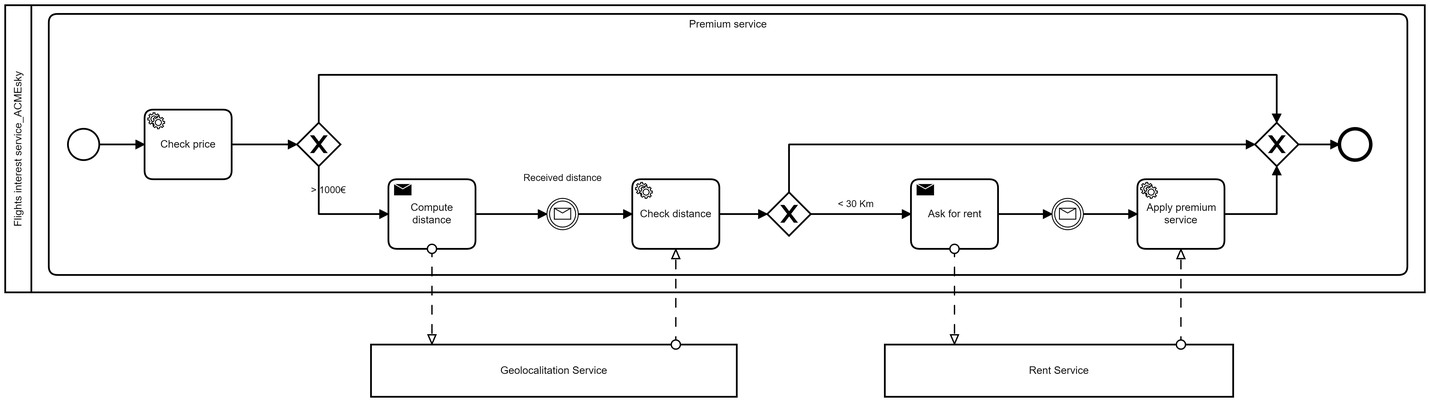
Earlier version of the BPMN export docs/bpmn/ServiziPremiumVoli.png (Vallasc/ACMEsky). Its source is kept beside it as docs/bpmn/ServiziPremiumVoli.bpmn. Ids are renumbered.
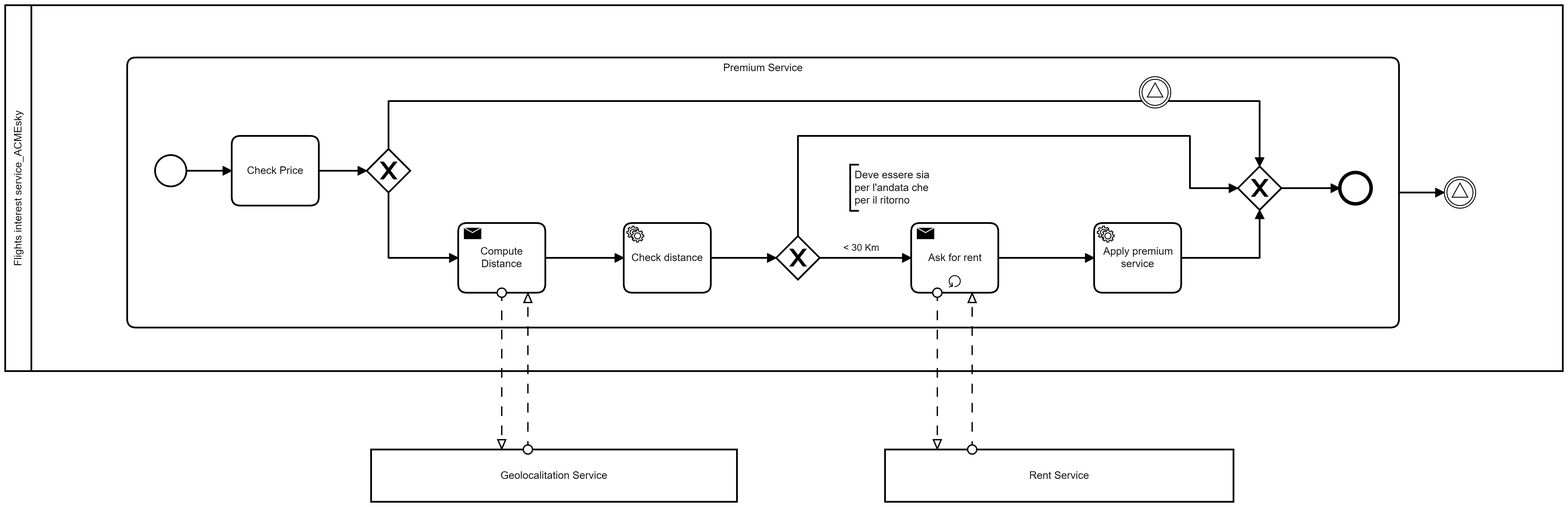
After the change.

Change to the diagram source:
```diff
@@ -3,211 +3,207 @@
     <bpmn:participant id="Participant_n3" name="Flights interest service_ACMEsky" processRef="Process_n4" />
     <bpmn:participant id="Participant_n5" name="Geolocalitation Service" />
     <bpmn:participant id="Participant_n6" name="Rent Service" />
-    <bpmn:messageFlow id="Flow_n7" sourceRef="Activity_n8" targetRef="Participant_n5" />
-    <bpmn:messageFlow id="Flow_n9" sourceRef="Participant_n5" targetRef="Activity_n10" />
-    <bpmn:messageFlow id="Flow_n11" sourceRef="Activity_n12" targetRef="Participant_n6" />
-    <bpmn:messageFlow id="Flow_n13" sourceRef="Participant_n6" targetRef="Activity_n14" />
+    <bpmn:messageFlow id="Flow_n39" sourceRef="Activity_n40" targetRef="Participant_n5" />
+    <bpmn:messageFlow id="Flow_n41" sourceRef="Participant_n5" targetRef="Activity_n40" />
+    <bpmn:messageFlow id="Flow_n42" sourceRef="Activity_n43" targetRef="Participant_n6" />
+    <bpmn:messageFlow id="Flow_n44" sourceRef="Participant_n6" targetRef="Activity_n43" />
   </bpmn:collaboration>
   <bpmn:process id="Process_n4" isExecutable="true">
-    <bpmn:subProcess id="Activity_n15" name="Premium service">
-      <bpmn:startEvent id="Event_n16">
-        <bpmn:outgoing>Flow_n17</bpmn:outgoing>
+    <bpmn:intermediateCatchEvent id="Event_n45">
+      <bpmn:incoming>Flow_n46</bpmn:incoming>
+      <bpmn:signalEventDefinition id="SignalEventDefinition_n47" />
+    </bpmn:intermediateCatchEvent>
+    <bpmn:subProcess id="Activity_n48" name="Premium Service">
+      <bpmn:outgoing>Flow_n46</bpmn:outgoing>
+      <bpmn:startEvent id="Event_n49">
+        <bpmn:outgoing>Flow_n50</bpmn:outgoing>
       </bpmn:startEvent>
-      <bpmn:sendTask id="Activity_n8" name="Compute distance">
-        <bpmn:incoming>Flow_n18</bpmn:incoming>
-        <bpmn:outgoing>Flow_n19</bpmn:outgoing>
+      <bpmn:task id="Activity_n51" name="Check Price">
+        <bpmn:incoming>Flow_n50</bpmn:incoming>
+        <bpmn:outgoing>Flow_n52</bpmn:outgoing>
+      </bpmn:task>
+      <bpmn:sequenceFlow id="Flow_n50" sourceRef="Event_n49" targetRef="Activity_n51" />
+      <bpmn:exclusiveGateway id="Gateway_n53">
+        <bpmn:incoming>Flow_n52</bpmn:incoming>
+        <bpmn:outgoing>Flow_n54</bpmn:outgoing>
+        <bpmn:outgoing>Flow_n55</bpmn:outgoing>
+      </bpmn:exclusiveGateway>
+      <bpmn:sequenceFlow id="Flow_n54" sourceRef="Gateway_n53" targetRef="Activity_n40" />
+      <bpmn:sendTask id="Activity_n40" name="Compute Distance">
+        <bpmn:incoming>Flow_n54</bpmn:incoming>
+        <bpmn:outgoing>Flow_n56</bpmn:outgoing>
       </bpmn:sendTask>
-      <bpmn:exclusiveGateway id="Gateway_n20">
-        <bpmn:incoming>Flow_n21</bpmn:incoming>
-        <bpmn:outgoing>Flow_n22</bpmn:outgoing>
-        <bpmn:outgoing>Flow_n18</bpmn:outgoing>
+      <bpmn:exclusiveGateway id="Gateway_n57">
+        <bpmn:incoming>Flow_n58</bpmn:incoming>
+        <bpmn:outgoing>Flow_n59</bpmn:outgoing>
+        <bpmn:outgoing>Flow_n60</bpmn:outgoing>
       </bpmn:exclusiveGateway>
-      <bpmn:serviceTask id="Activity_n23" name="Check price">
-        <bpmn:incoming>Flow_n17</bpmn:incoming>
-        <bpmn:outgoing>Flow_n21</bpmn:outgoing>
+      <bpmn:sendTask id="Activity_n43" name="Ask for rent">
+        <bpmn:incoming>Flow_n59</bpmn:incoming>
+        <bpmn:outgoing>Flow_n61</bpmn:outgoing>
+        <bpmn:standardLoopCharacteristics />
+      </bpmn:sendTask>
+      <bpmn:serviceTask id="Activity_n62" name="Apply premium service">
+        <bpmn:incoming>Flow_n61</bpmn:incoming>
+        <bpmn:outgoing>Flow_n63</bpmn:outgoing>
       </bpmn:serviceTask>
-      <bpmn:intermediateCatchEvent id="Event_n24" name="Received distance">
-        <bpmn:incoming>Flow_n19</bpmn:incoming>
-        <bpmn:outgoing>Flow_n25</bpmn:outgoing>
-        <bpmn:messageEventDefinition id="MessageEventDefinition_n26" />
+      <bpmn:exclusiveGateway id="Gateway_n64">
+        <bpmn:incoming>Flow_n60</bpmn:incoming>
+        <bpmn:incoming>Flow_n63</bpmn:incoming>
+        <bpmn:incoming>Flow_n55</bpmn:incoming>
+        <bpmn:outgoing>Flow_n65</bpmn:outgoing>
+      </bpmn:exclusiveGateway>
+      <bpmn:serviceTask id="Activity_n66" name="Check distance">
+        <bpmn:incoming>Flow_n56</bpmn:incoming>
+        <bpmn:outgoing>Flow_n58</bpmn:outgoing>
+      </bpmn:serviceTask>
+      <bpmn:sequenceFlow id="Flow_n58" sourceRef="Activity_n66" targetRef="Gateway_n57" />
+      <bpmn:sequenceFlow id="Flow_n59" name="&#60; 30 Km" sourceRef="Gateway_n57" targetRef="Activity_n43" />
+      <bpmn:sequenceFlow id="Flow_n60" sourceRef="Gateway_n57" targetRef="Gateway_n64" />
+      <bpmn:sequenceFlow id="Flow_n61" sourceRef="Activity_n43" targetRef="Activity_n62" />
+      <bpmn:sequenceFlow id="Flow_n63" sourceRef="Activity_n62" targetRef="Gateway_n64" />
+      <bpmn:sequenceFlow id="Flow_n56" sourceRef="Activity_n40" targetRef="Activity_n66" />
+      <bpmn:sequenceFlow id="Flow_n52" sourceRef="Activity_n51" targetRef="Gateway_n53" />
+      <bpmn:endEvent id="Event_n67">
+        <bpmn:incoming>Flow_n65</bpmn:incoming>
+      </bpmn:endEvent>
+      <bpmn:sequenceFlow id="Flow_n65" sourceRef="Gateway_n64" targetRef="Event_n67" />
+      <bpmn:sequenceFlow id="Flow_n55" sourceRef="Gateway_n53" targetRef="Gateway_n64" />
+      <bpmn:intermediateCatchEvent id="Event_n68">
+        <bpmn:signalEventDefinition id="SignalEventDefinition_n69" />
       </bpmn:intermediateCatchEvent>
-      <bpmn:exclusiveGateway id="Gateway_n27">
-        <bpmn:incoming>Flow_n28</bpmn:incoming>
-        <bpmn:outgoing>Flow_n29</bpmn:outgoing>
-        <bpmn:outgoing>Flow_n30</bpmn:outgoing>
-      </bpmn:exclusiveGateway>
-      <bpmn:sendTask id="Activity_n12" name="Ask for rent">
-        <bpmn:incoming>Flow_n29</bpmn:incoming>
-        <bpmn:outgoing>Flow_n31</bpmn:outgoing>
-      </bpmn:sendTask>
-      <bpmn:intermediateCatchEvent id="Event_n32">
-        <bpmn:incoming>Flow_n31</bpmn:incoming>
-        <bpmn:outgoing>Flow_n33</bpmn:outgoing>
-        <bpmn:messageEventDefinition id="MessageEventDefinition_n34" />
-      </bpmn:intermediateCatchEvent>
-      <bpmn:serviceTask id="Activity_n14" name="Apply premium service">
-        <bpmn:incoming>Flow_n33</bpmn:incoming>
-        <bpmn:outgoing>Flow_n35</bpmn:outgoing>
-      </bpmn:serviceTask>
-      <bpmn:exclusiveGateway id="Gateway_n36">
-        <bpmn:incoming>Flow_n35</bpmn:incoming>
-        <bpmn:incoming>Flow_n30</bpmn:incoming>
-        <bpmn:incoming>Flow_n22</bpmn:incoming>
-        <bpmn:outgoing>Flow_n37</bpmn:outgoing>
-      </bpmn:exclusiveGateway>
-      <bpmn:endEvent id="Event_n38">
-        <bpmn:incoming>Flow_n37</bpmn:incoming>
-      </bpmn:endEvent>
-      <bpmn:serviceTask id="Activity_n10" name="Check distance">
-        <bpmn:incoming>Flow_n25</bpmn:incoming>
-        <bpmn:outgoing>Flow_n28</bpmn:outgoing>
-      </bpmn:serviceTask>
-      <bpmn:sequenceFlow id="Flow_n37" sourceRef="Gateway_n36" targetRef="Event_n38" />
-      <bpmn:sequenceFlow id="Flow_n17" sourceRef="Event_n16" targetRef="Activity_n23" />
-      <bpmn:sequenceFlow id="Flow_n35" sourceRef="Activity_n14" targetRef="Gateway_n36" />
-      <bpmn:sequenceFlow id="Flow_n33" sourceRef="Event_n32" targetRef="Activity_n14" />
-      <bpmn:sequenceFlow id="Flow_n31" sourceRef="Activity_n12" targetRef="Event_n32" />
-      <bpmn:sequenceFlow id="Flow_n29" name="&#60; 30 Km" sourceRef="Gateway_n27" targetRef="Activity_n12" />
-      <bpmn:sequenceFlow id="Flow_n30" sourceRef="Gateway_n27" targetRef="Gateway_n36" />
-      <bpmn:sequenceFlow id="Flow_n28" sourceRef="Activity_n10" targetRef="Gateway_n27" />
-      <bpmn:sequenceFlow id="Flow_n25" sourceRef="Event_n24" targetRef="Activity_n10" />
-      <bpmn:sequenceFlow id="Flow_n22" sourceRef="Gateway_n20" targetRef="Gateway_n36" />
-      <bpmn:sequenceFlow id="Flow_n21" sourceRef="Activity_n23" targetRef="Gateway_n20" />
-      <bpmn:sequenceFlow id="Flow_n19" sourceRef="Activity_n8" targetRef="Event_n24" />
-      <bpmn:sequenceFlow id="Flow_n18" name="&#62; 1000€" sourceRef="Gateway_n20" targetRef="Activity_n8" />
+      <bpmn:textAnnotation id="TextAnnotation_n70">
+        <bpmn:text>Deve essere sia per l'andata che per il ritorno</bpmn:text>
+      </bpmn:textAnnotation>
     </bpmn:subProcess>
+    <bpmn:sequenceFlow id="Flow_n46" sourceRef="Activity_n48" targetRef="Event_n45" />
   </bpmn:process>
   <bpmndi:BPMNDiagram id="BPMNDiagram_1">
     <bpmndi:BPMNPlane id="BPMNPlane_1" bpmnElement="Collaboration_n2">
       <bpmndi:BPMNShape id="Participant_n3_di" bpmnElement="Participant_n3" isHorizontal="true">
-        <dc:Bounds x="160" y="80" width="1630" height="330" />
+        <dc:Bounds x="160" y="80" width="1788" height="420" />
       </bpmndi:BPMNShape>
-      <bpmndi:BPMNShape id="Activity_n15_di" bpmnElement="Activity_n15" isExpanded="true">
-        <dc:Bounds x="210" y="90" width="1560" height="300" />
+      <bpmndi:BPMNEdge id="Flow_n46_di" bpmnElement="Flow_n46">
+        <di:waypoint x="1760" y="295" />
+        <di:waypoint x="1812" y="295" />
+      </bpmndi:BPMNEdge>
+      <bpmndi:BPMNShape id="Event_18mcqao_di" bpmnElement="Event_n45">
+        <dc:Bounds x="1812" y="277" width="36" height="36" />
       </bpmndi:BPMNShape>
-      <bpmndi:BPMNEdge id="Flow_n37_di" bpmnElement="Flow_n37">
-        <di:waypoint x="1645" y="240" />
-        <di:waypoint x="1692" y="240" />
+      <bpmndi:BPMNShape id="Activity_n48_di" bpmnElement="Activity_n48" isExpanded="true">
+        <dc:Bounds x="300" y="140" width="1460" height="310" />
+      </bpmndi:BPMNShape>
+      <bpmndi:BPMNShape id="TextAnnotation_n70_di" bpmnElement="TextAnnotation_n70">
+        <dc:Bounds x="1130" y="263" width="100" height="53" />
+      </bpmndi:BPMNShape>
+      <bpmndi:BPMNEdge id="Flow_n50_di" bpmnElement="Flow_n50">
+        <di:waypoint x="368" y="270" />
+        <di:waypoint x="420" y="270" />
       </bpmndi:BPMNEdge>
-      <bpmndi:BPMNEdge id="Flow_n17_di" bpmnElement="Flow_n17">
-        <di:waypoint x="268" y="240" />
-        <di:waypoint x="320" y="240" />
+      <bpmndi:BPMNEdge id="Flow_n54_di" bpmnElement="Flow_n54">
+        <di:waypoint x="600" y="295" />
+        <di:waypoint x="600" y="370" />
+        <di:waypoint x="680" y="370" />
       </bpmndi:BPMNEdge>
-      <bpmndi:BPMNEdge id="Flow_n35_di" bpmnElement="Flow_n35">
-        <di:waypoint x="1560" y="320" />
-        <di:waypoint x="1620" y="320" />
-        <di:waypoint x="1620" y="265" />
+      <bpmndi:BPMNEdge id="Flow_n58_di" bpmnElement="Flow_n58">
+        <di:waypoint x="970" y="370" />
+        <di:waypoint x="1045" y="370" />
       </bpmndi:BPMNEdge>
-      <bpmndi:BPMNEdge id="Flow_n33_di" bpmnElement="Flow_n33">
-        <di:waypoint x="1398" y="320" />
-        <di:waypoint x="1460" y="320" />
-      </bpmndi:BPMNEdge>
-      <bpmndi:BPMNEdge id="Flow_n31_di" bpmnElement="Flow_n31">
-        <di:waypoint x="1300" y="320" />
-        <di:waypoint x="1362" y="320" />
-      </bpmndi:BPMNEdge>
-      <bpmndi:BPMNEdge id="Flow_n29_di" bpmnElement="Flow_n29">
-        <di:waypoint x="1085" y="320" />
-        <di:waypoint x="1200" y="320" />
+      <bpmndi:BPMNEdge id="Flow_n59_di" bpmnElement="Flow_n59">
+        <di:waypoint x="1095" y="370" />
+        <di:waypoint x="1200" y="370" />
         <bpmndi:BPMNLabel>
-          <dc:Bounds x="1116" y="302" width="42" height="14" />
+          <dc:Bounds x="1122" y="352" width="42" height="14" />
         </bpmndi:BPMNLabel>
       </bpmndi:BPMNEdge>
-      <bpmndi:BPMNEdge id="Flow_n30_di" bpmnElement="Flow_n30">
-        <di:waypoint x="1060" y="295" />
-        <di:waypoint x="1060" y="240" />
-        <di:waypoint x="1595" y="240" />
+      <bpmndi:BPMNEdge id="Flow_n60_di" bpmnElement="Flow_n60">
+        <di:waypoint x="1070" y="345" />
+        <di:waypoint x="1070" y="230" />
+        <di:waypoint x="1520" y="230" />
+        <di:waypoint x="1520" y="290" />
+        <di:waypoint x="1575" y="290" />
       </bpmndi:BPMNEdge>
-      <bpmndi:BPMNEdge id="Flow_n28_di" bpmnElement="Flow_n28">
-        <di:waypoint x="980" y="320" />
-        <di:waypoint x="1035" y="320" />
+      <bpmndi:BPMNEdge id="Flow_n61_di" bpmnElement="Flow_n61">
+        <di:waypoint x="1300" y="370" />
+        <di:waypoint x="1410" y="370" />
       </bpmndi:BPMNEdge>
-      <bpmndi:BPMNEdge id="Flow_n25_di" bpmnElement="Flow_n25">
-        <di:waypoint x="818" y="320" />
-        <di:waypoint x="880" y="320" />
+      <bpmndi:BPMNEdge id="Flow_n63_di" bpmnElement="Flow_n63">
+        <di:waypoint x="1510" y="370" />
+        <di:waypoint x="1600" y="370" />
+        <di:waypoint x="1600" y="315" />
       </bpmndi:BPMNEdge>
-      <bpmndi:BPMNEdge id="Flow_n22_di" bpmnElement="Flow_n22">
-        <di:waypoint x="520" y="215" />
-        <di:waypoint x="520" y="160" />
-        <di:waypoint x="1620" y="160" />
-        <di:waypoint x="1620" y="215" />
+      <bpmndi:BPMNEdge id="Flow_n65_di" bpmnElement="Flow_n65">
+        <di:waypoint x="1625" y="290" />
+        <di:waypoint x="1692" y="290" />
       </bpmndi:BPMNEdge>
-      <bpmndi:BPMNEdge id="Flow_n21_di" bpmnElement="Flow_n21">
-        <di:waypoint x="420" y="240" />
-        <di:waypoint x="495" y="240" />
+      <bpmndi:BPMNEdge id="Flow_n56_di" bpmnElement="Flow_n56">
+        <di:waypoint x="780" y="370" />
+        <di:waypoint x="870" y="370" />
       </bpmndi:BPMNEdge>
-      <bpmndi:BPMNEdge id="Flow_n19_di" bpmnElement="Flow_n19">
-        <di:waypoint x="700" y="320" />
-        <di:waypoint x="782" y="320" />
+      <bpmndi:BPMNEdge id="Flow_n52_di" bpmnElement="Flow_n52">
+        <di:waypoint x="520" y="270" />
+        <di:waypoint x="575" y="270" />
       </bpmndi:BPMNEdge>
-      <bpmndi:BPMNEdge id="Flow_n18_di" bpmnElement="Flow_n18">
-        <di:waypoint x="520" y="265" />
-        <di:waypoint x="520" y="320" />
-        <di:waypoint x="600" y="320" />
-        <bpmndi:BPMNLabel>
-          <dc:Bounds x="511" y="286" width="41" height="14" />
-        </bpmndi:BPMNLabel>
+      <bpmndi:BPMNEdge id="Flow_n55_di" bpmnElement="Flow_n55">
+        <di:waypoint x="600" y="245" />
+        <di:waypoint x="600" y="190" />
+        <di:waypoint x="1600" y="190" />
+        <di:waypoint x="1600" y="265" />
       </bpmndi:BPMNEdge>
-      <bpmndi:BPMNShape id="Event_n16_di" bpmnElement="Event_n16">
-        <dc:Bounds x="232" y="222" width="36" height="36" />
+      <bpmndi:BPMNShape id="Activity_1ven1dg_di" bpmnElement="Activity_n40">
+        <dc:Bounds x="680" y="330" width="100" height="80" />
       </bpmndi:BPMNShape>
-      <bpmndi:BPMNShape id="Activity_n8_di" bpmnElement="Activity_n8">
-        <dc:Bounds x="600" y="280" width="100" height="80" />
+      <bpmndi:BPMNShape id="Gateway_n57_di" bpmnElement="Gateway_n57" isMarkerVisible="true">
+        <dc:Bounds x="1045" y="345" width="50" height="50" />
       </bpmndi:BPMNShape>
-      <bpmndi:BPMNShape id="Gateway_n20_di" bpmnElement="Gateway_n20" isMarkerVisible="true">
-        <dc:Bounds x="495" y="215" width="50" height="50" />
+      <bpmndi:BPMNShape id="Activity_n43_di" bpmnElement="Activity_n43">
+        <dc:Bounds x="1200" y="330" width="100" height="80" />
       </bpmndi:BPMNShape>
-      <bpmndi:BPMNShape id="Activity_n23_di" bpmnElement="Activity_n23">
-        <dc:Bounds x="320" y="200" width="100" height="80" />
+      <bpmndi:BPMNShape id="Activity_n62_di" bpmnElement="Activity_n62">
+        <dc:Bounds x="1410" y="330" width="100" height="80" />
       </bpmndi:BPMNShape>
-      <bpmndi:BPMNShape id="Event_n24_di" bpmnElement="Event_n24">
-        <dc:Bounds x="782" y="302" width="36" height="36" />
-        <bpmndi:BPMNLabel>
-          <dc:Bounds x="755" y="272" width="90" height="14" />
-        </bpmndi:BPMNLabel>
+      <bpmndi:BPMNShape id="Gateway_n64_di" bpmnElement="Gateway_n64" isMarkerVisible="true">
+        <dc:Bounds x="1575" y="265" width="50" height="50" />
       </bpmndi:BPMNShape>
-      <bpmndi:BPMNShape id="Gateway_n27_di" bpmnElement="Gateway_n27" isMarkerVisible="true">
-        <dc:Bounds x="1035" y="295" width="50" height="50" />
+      <bpmndi:BPMNShape id="Event_n67_di" bpmnElement="Event_n67">
+        <dc:Bounds x="1692" y="272" width="36" height="36" />
       </bpmndi:BPMNShape>
-      <bpmndi:BPMNShape id="Activity_n12_di" bpmnElement="Activity_n12">
-        <dc:Bounds x="1200" y="280" width="100" height="80" />
+      <bpmndi:BPMNShape id="Activity_n66_di" bpmnElement="Activity_n66">
+        <dc:Bounds x="870" y="330" width="100" height="80" />
       </bpmndi:BPMNShape>
-      <bpmndi:BPMNShape id="Event_n32_di" bpmnElement="Event_n32">
-        <dc:Bounds x="1362" y="302" width="36" height="36" />
+      <bpmndi:BPMNShape id="Activity_n51_di" bpmnElement="Activity_n51">
+        <dc:Bounds x="420" y="230" width="100" height="80" />
       </bpmndi:BPMNShape>
-      <bpmndi:BPMNShape id="Activity_n14_di" bpmnElement="Activity_n14">
-        <dc:Bounds x="1460" y="280" width="100" height="80" />
+      <bpmndi:BPMNShape id="Event_n49_di" bpmnElement="Event_n49">
+        <dc:Bounds x="332" y="252" width="36" height="36" />
       </bpmndi:BPMNShape>
-      <bpmndi:BPMNShape id="Gateway_n36_di" bpmnElement="Gateway_n36" isMarkerVisible="true">
-        <dc:Bounds x="1595" y="215" width="50" height="50" />
+      <bpmndi:BPMNShape id="Gateway_n53_di" bpmnElement="Gateway_n53" isMarkerVisible="true">
+        <dc:Bounds x="575" y="245" width="50" height="50" />
       </bpmndi:BPMNShape>
-      <bpmndi:BPMNShape id="Event_n38_di" bpmnElement="Event_n38">
-        <dc:Bounds x="1692" y="222" width="36" height="36" />
-      </bpmndi:BPMNShape>
-      <bpmndi:BPMNShape id="Activity_n10_di" bpmnElement="Activity_n10">
-        <dc:Bounds x="880" y="280" width="100" height="80" />
+      <bpmndi:BPMNShape id="Event_0phifxd_di" bpmnElement="Event_n68">
+        <dc:Bounds x="1462" y="162" width="36" height="36" />
       </bpmndi:BPMNShape>
       <bpmndi:BPMNShape id="Participant_1c4guxl_di" bpmnElement="Participant_n5" isHorizontal="true">
-        <dc:Bounds x="580" y="470" width="420" height="60" />
+        <dc:Bounds x="580" y="590" width="420" height="60" />
       </bpmndi:BPMNShape>
       <bpmndi:BPMNShape id="Participant_1i8qr2v_di" bpmnElement="Participant_n6" isHorizontal="true">
-        <dc:Bounds x="1170" y="470" width="400" height="60" />
+        <dc:Bounds x="1170" y="590" width="400" height="60" />
       </bpmndi:BPMNShape>
-      <bpmndi:BPMNEdge id="Flow_n7_di" bpmnElement="Flow_n7">
-        <di:waypoint x="650" y="360" />
-        <di:waypoint x="650" y="470" />
+      <bpmndi:BPMNEdge id="Flow_n41_di" bpmnElement="Flow_n41">
+        <di:waypoint x="760" y="590" />
+        <di:waypoint x="760" y="410" />
       </bpmndi:BPMNEdge>
-      <bpmndi:BPMNEdge id="Flow_n9_di" bpmnElement="Flow_n9">
-        <di:waypoint x="930" y="470" />
-        <di:waypoint x="930" y="360" />
+      <bpmndi:BPMNEdge id="Flow_n39_di" bpmnElement="Flow_n39">
+        <di:waypoint x="730" y="410" />
+        <di:waypoint x="730" y="590" />
       </bpmndi:BPMNEdge>
-      <bpmndi:BPMNEdge id="Flow_n11_di" bpmnElement="Flow_n11">
-        <di:waypoint x="1250" y="360" />
-        <di:waypoint x="1250" y="470" />
+      <bpmndi:BPMNEdge id="Flow_n44_di" bpmnElement="Flow_n44">
+        <di:waypoint x="1270" y="590" />
+        <di:waypoint x="1270" y="410" />
       </bpmndi:BPMNEdge>
-      <bpmndi:BPMNEdge id="Flow_n13_di" bpmnElement="Flow_n13">
-        <di:waypoint x="1510" y="470" />
-        <di:waypoint x="1510" y="360" />
+      <bpmndi:BPMNEdge id="Flow_n42_di" bpmnElement="Flow_n42">
+        <di:waypoint x="1230" y="410" />
+        <di:waypoint x="1230" y="590" />
       </bpmndi:BPMNEdge>
     </bpmndi:BPMNPlane>
   </bpmndi:BPMNDiagram>
```
